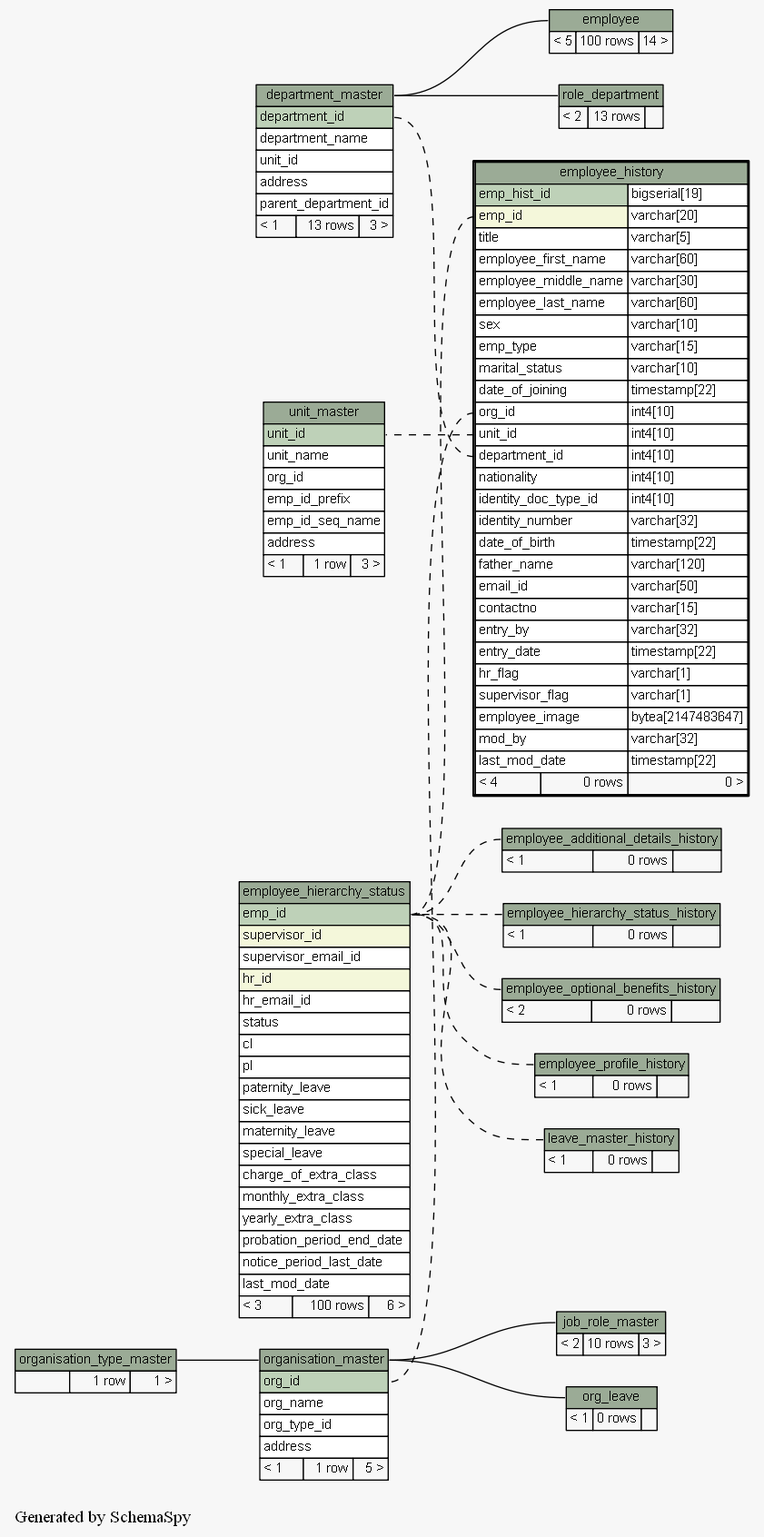
This is docs/database/schemaspy/graphs/employee_history.implied2degrees.png from engineerscraft/hrms, a Graphviz export, as it was before one commit. Its source is kept beside it as docs/database/schemaspy/graphs/employee_history.implied2degrees.dot.
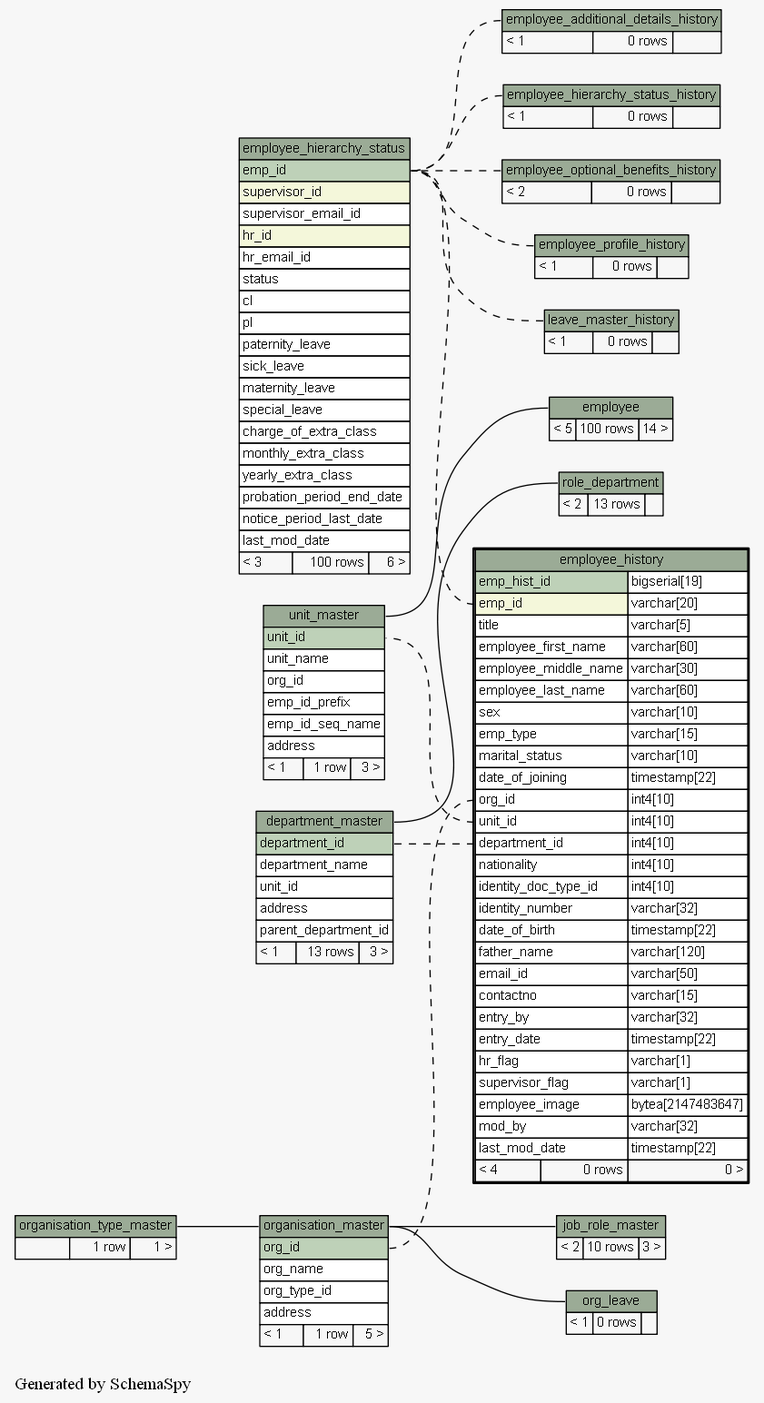
The same diagram one commit later.

Diff of the diagram source:
```diff
@@ -13,7 +13,7 @@
   edge [
     arrowsize="0.8"
   ];
-  "employee":"employee.heading":w -> "department_master":"department_master.heading":e [arrowtail=crowodot arrowhead=none];
+  "employee":"employee.heading":w -> "unit_master":"unit_master.heading":e [arrowtail=crowodot arrowhead=none];
   "employee_additional_details_history":"employee_additional_details_history.heading":w -> "employee_hierarchy_status":"emp_id":e [arrowtail=crowodot arrowhead=none style=dashed];
   "employee_hierarchy_status_history":"employee_hierarchy_status_history.heading":w -> "employee_hierarchy_status":"emp_id":e [arrowtail=crowodot arrowhead=none style=dashed];
   "employee_history":"department_id":w -> "department_master":"department_id":e [arrowtail=crowodot arrowhead=none style=dashed];
```
